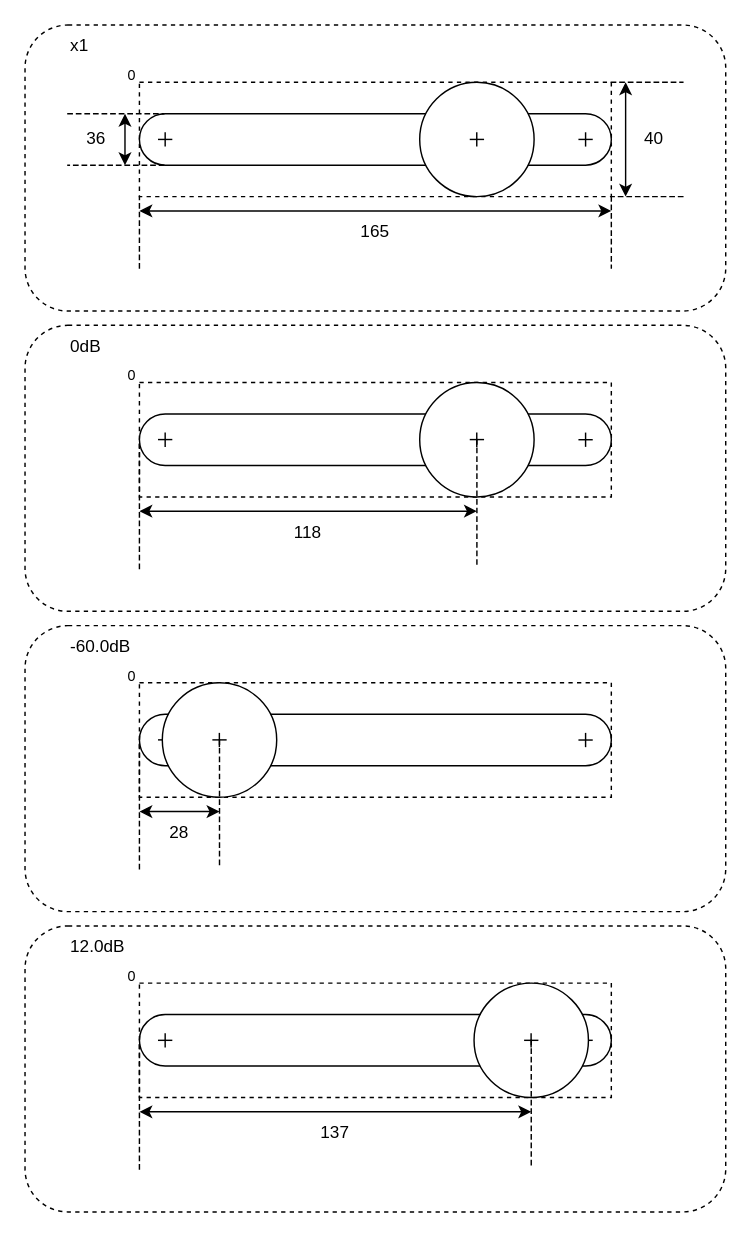
vitalii-samoilenko/voicemeeter-deskband keeps this draw.io diagram as doc/ui/fader_gain.drawio. Above is the earlier version. Source tidied: cells renumbered, new cells numbered last; positions are measured from the earlier drawing's top-left corner, leaving out a move shared by most shapes. Both pictures are drawn from the tidied source at 143%, with x=0, y=0 at pixel (24, 24).
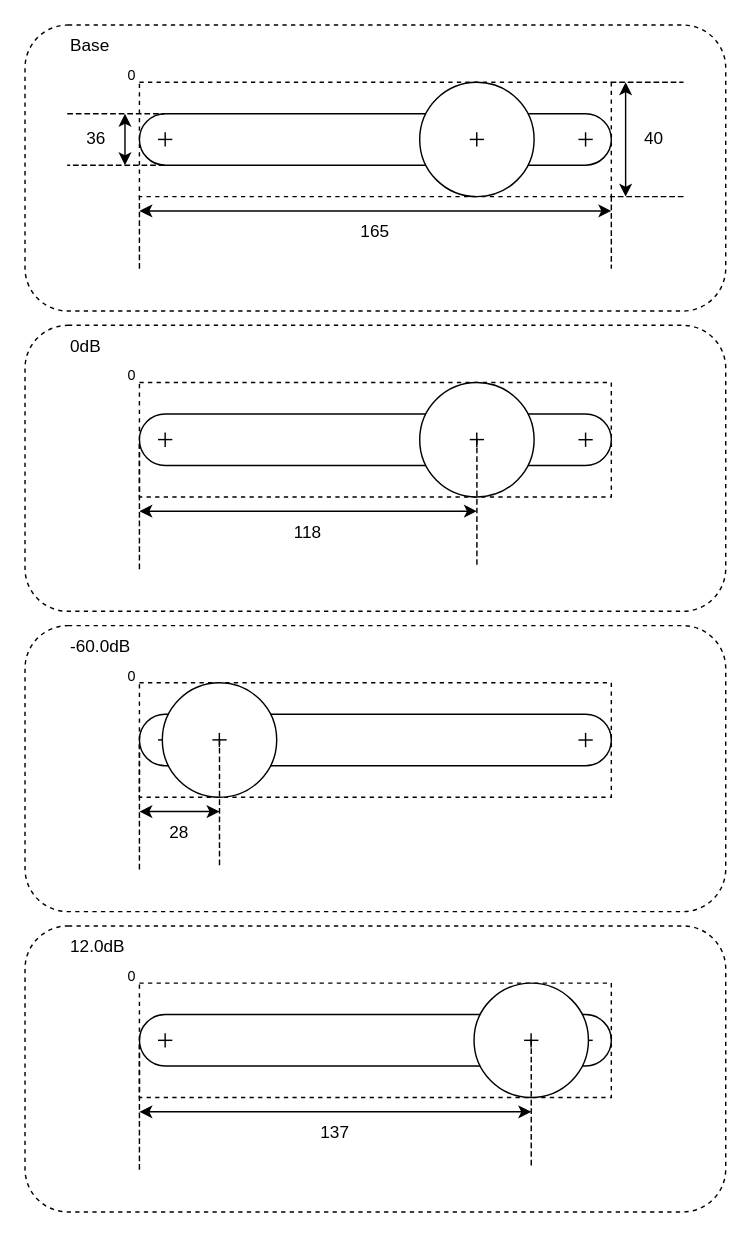
The same diagram, later.

Diff of the diagram source:
```diff
@@
-    <mxCell id="15" value="x1" style="text;html=1;align=left;verticalAlign=middle;whiteSpace=wrap;rounded=0;" parent="1" vertex="1">
+    <mxCell id="15" value="Base" style="text;html=1;align=left;verticalAlign=middle;whiteSpace=wrap;rounded=0;" parent="1" vertex="1">
       <mxGeometry x="30" width="430" height="30" as="geometry" />
     </mxCell>
```
